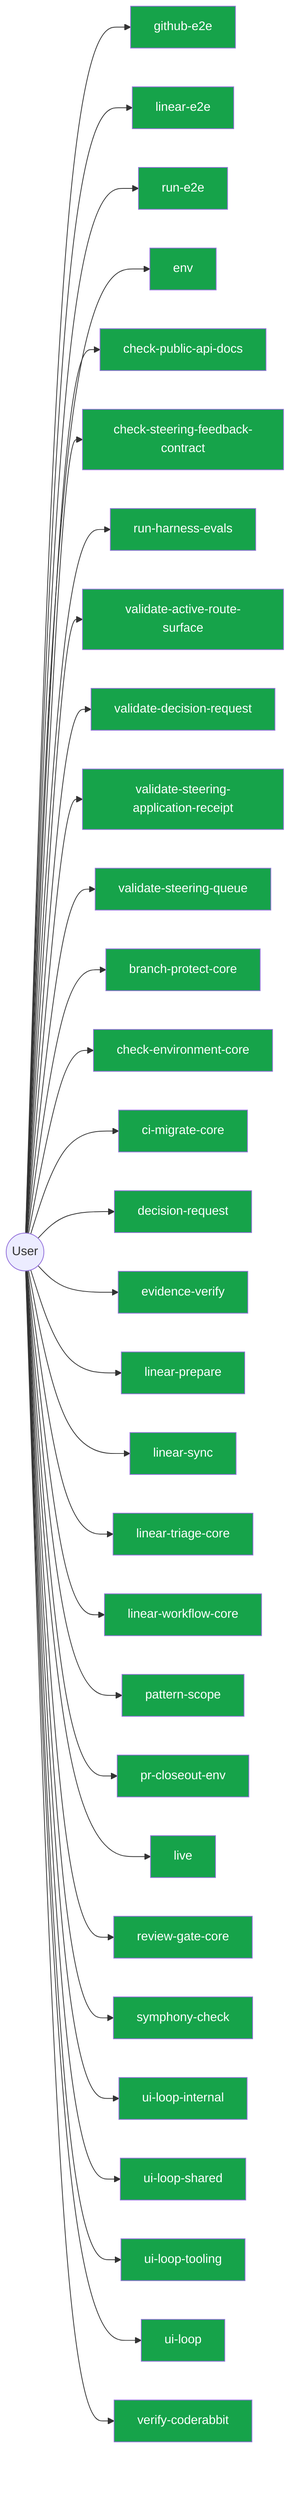
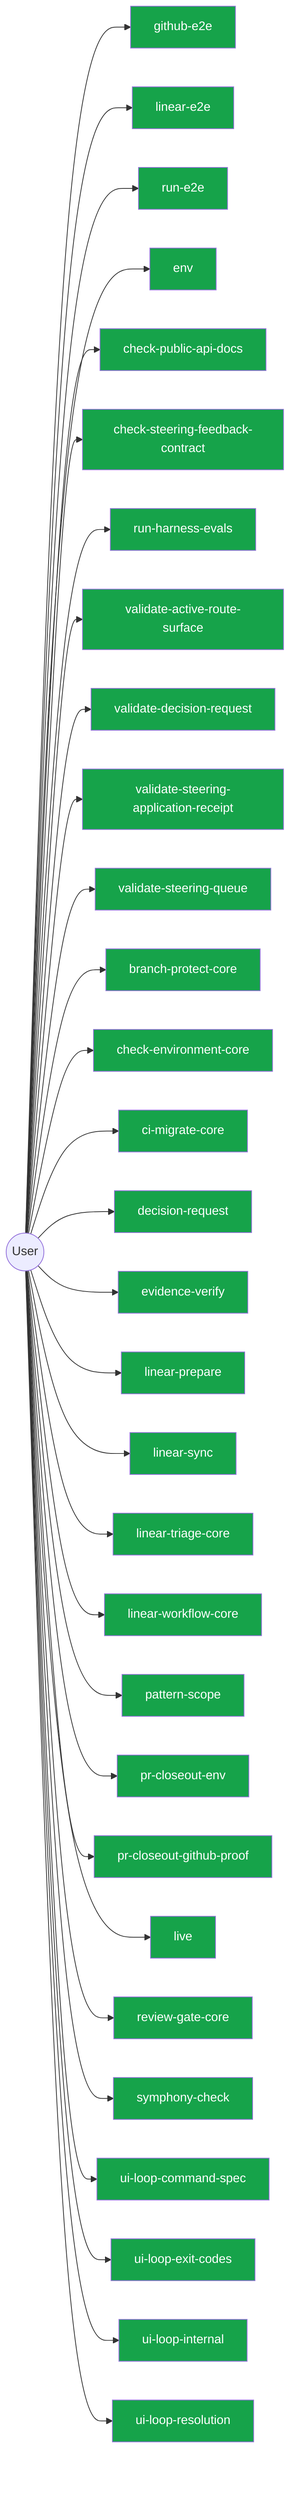
flowchart LR
  User(("User"))
  github_e2e_2891a341["github-e2e"]
  User --> github_e2e_2891a341
  linear_e2e_decf3708["linear-e2e"]
  User --> linear_e2e_decf3708
  run_e2e_39efe696["run-e2e"]
  User --> run_e2e_39efe696
  env_b77349bf["env"]
  User --> env_b77349bf
  check_public_api_docs_a9604f1b["check-public-api-docs"]
  User --> check_public_api_docs_a9604f1b
  check_steering_feedback_contract_80134459["check-steering-feedback-contract"]
  User --> check_steering_feedback_contract_80134459
  run_harness_evals_77704768["run-harness-evals"]
  User --> run_harness_evals_77704768
  validate_active_route_surface_905456c2["validate-active-route-surface"]
  User --> validate_active_route_surface_905456c2
  validate_decision_request_2e5c325e["validate-decision-request"]
  User --> validate_decision_request_2e5c325e
  validate_steering_application_receipt_c922e84a["validate-steering-application-receipt"]
  User --> validate_steering_application_receipt_c922e84a
  validate_steering_queue_4bc0cc94["validate-steering-queue"]
  User --> validate_steering_queue_4bc0cc94
  branch_protect_core_a8feb0fd["branch-protect-core"]
  User --> branch_protect_core_a8feb0fd
  check_environment_core_2c16213f["check-environment-core"]
  User --> check_environment_core_2c16213f
  ci_migrate_core_7005b5af["ci-migrate-core"]
  User --> ci_migrate_core_7005b5af
  decision_request_118a770d["decision-request"]
  User --> decision_request_118a770d
  evidence_verify_3b73c290["evidence-verify"]
  User --> evidence_verify_3b73c290
  linear_prepare_0c613ba6["linear-prepare"]
  User --> linear_prepare_0c613ba6
  linear_sync_a2fa2bf7["linear-sync"]
  User --> linear_sync_a2fa2bf7
  linear_triage_core_7cbca73e["linear-triage-core"]
  User --> linear_triage_core_7cbca73e
  linear_workflow_core_0e19cff4["linear-workflow-core"]
  User --> linear_workflow_core_0e19cff4
  pattern_scope_61ff946d["pattern-scope"]
  User --> pattern_scope_61ff946d
  pr_closeout_env_9bfcd9ef["pr-closeout-env"]
  User --> pr_closeout_env_9bfcd9ef
+   pr_closeout_github_proof_ade25b0e["pr-closeout-github-proof"]
+   User --> pr_closeout_github_proof_ade25b0e
  live_247610f4["live"]
  User --> live_247610f4
  review_gate_core_4c8001f9["review-gate-core"]
  User --> review_gate_core_4c8001f9
  symphony_check_e97f2ea0["symphony-check"]
  User --> symphony_check_e97f2ea0
+   ui_loop_command_spec_d513a999["ui-loop-command-spec"]
+   User --> ui_loop_command_spec_d513a999
+   ui_loop_exit_codes_29da40fb["ui-loop-exit-codes"]
+   User --> ui_loop_exit_codes_29da40fb
  ui_loop_internal_f2eb8892["ui-loop-internal"]
  User --> ui_loop_internal_f2eb8892
-   ui_loop_shared_8c83b841["ui-loop-shared"]
-   User --> ui_loop_shared_8c83b841
-   ui_loop_tooling_12b2d2c7["ui-loop-tooling"]
-   User --> ui_loop_tooling_12b2d2c7
-   ui_loop_11660889["ui-loop"]
-   User --> ui_loop_11660889
-   verify_coderabbit_490b4e71["verify-coderabbit"]
-   User --> verify_coderabbit_490b4e71
+   ui_loop_resolution_4b529dd9["ui-loop-resolution"]
+   User --> ui_loop_resolution_4b529dd9
  classDef userNode fill:#16a34a,color:#fff
-   class github_e2e_2891a341,linear_e2e_decf3708,run_e2e_39efe696,env_b77349bf,check_public_api_docs_a9604f1b,check_steering_feedback_contract_80134459,run_harness_evals_77704768,validate_active_route_surface_905456c2,validate_decision_request_2e5c325e,validate_steering_application_receipt_c922e84a,validate_steering_queue_4bc0cc94,branch_protect_core_a8feb0fd,check_environment_core_2c16213f,ci_migrate_core_7005b5af,decision_request_118a770d,evidence_verify_3b73c290,linear_prepare_0c613ba6,linear_sync_a2fa2bf7,linear_triage_core_7cbca73e,linear_workflow_core_0e19cff4,pattern_scope_61ff946d,pr_closeout_env_9bfcd9ef,live_247610f4,review_gate_core_4c8001f9,symphony_check_e97f2ea0,ui_loop_internal_f2eb8892,ui_loop_shared_8c83b841,ui_loop_tooling_12b2d2c7,ui_loop_11660889,verify_coderabbit_490b4e71 userNode
+   class github_e2e_2891a341,linear_e2e_decf3708,run_e2e_39efe696,env_b77349bf,check_public_api_docs_a9604f1b,check_steering_feedback_contract_80134459,run_harness_evals_77704768,validate_active_route_surface_905456c2,validate_decision_request_2e5c325e,validate_steering_application_receipt_c922e84a,validate_steering_queue_4bc0cc94,branch_protect_core_a8feb0fd,check_environment_core_2c16213f,ci_migrate_core_7005b5af,decision_request_118a770d,evidence_verify_3b73c290,linear_prepare_0c613ba6,linear_sync_a2fa2bf7,linear_triage_core_7cbca73e,linear_workflow_core_0e19cff4,pattern_scope_61ff946d,pr_closeout_env_9bfcd9ef,pr_closeout_github_proof_ade25b0e,live_247610f4,review_gate_core_4c8001f9,symphony_check_e97f2ea0,ui_loop_command_spec_d513a999,ui_loop_exit_codes_29da40fb,ui_loop_internal_f2eb8892,ui_loop_resolution_4b529dd9 userNode
